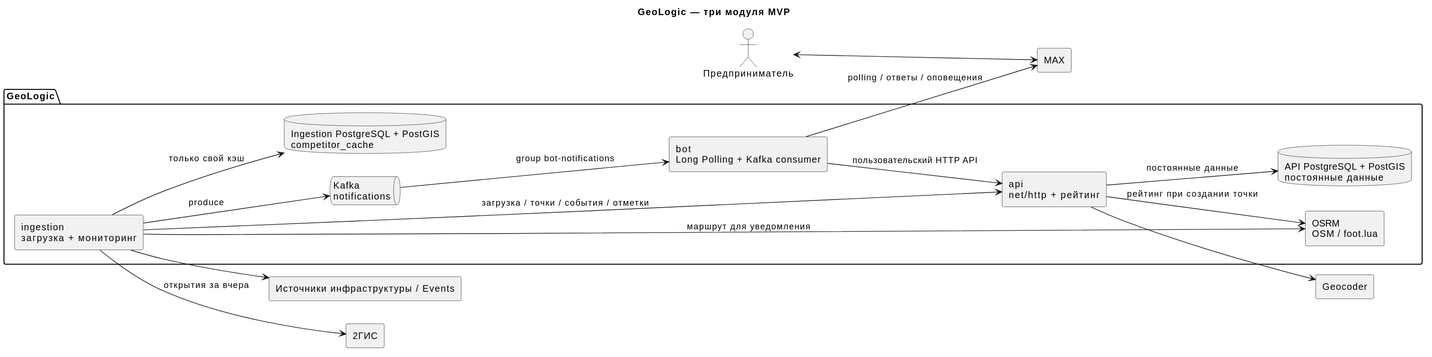
Before: docs/diagrams/rendered/c4-containers.svg, a diagram exported from PlantUML (kotafan1rich/GeoLogic-Monitor).
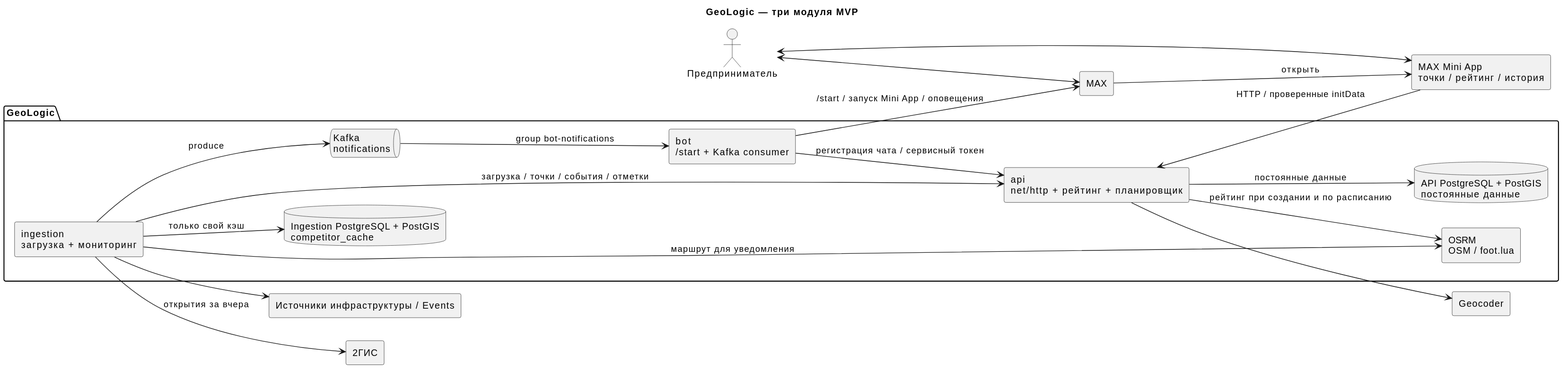
After the change.

What changed in the source:
```diff
@@ -5,9 +5,10 @@
 skinparam shadowing false
 actor "Предприниматель" as user
 rectangle "MAX" as max
+rectangle "MAX Mini App\nточки / рейтинг / история" as miniapp
 package "GeoLogic" {
- rectangle "bot\nLong Polling + Kafka consumer" as bot
- rectangle "api\nnet/http + рейтинг" as api
+ rectangle "bot\n/start + Kafka consumer" as bot
+ rectangle "api\nnet/http + рейтинг + планировщик" as api
  rectangle "ingestion\nзагрузка + мониторинг" as worker
  database "API PostgreSQL + PostGIS\nпостоянные данные" as apidb
  database "Ingestion PostgreSQL + PostGIS\ncompetitor_cache" as ingestiondb
@@ -18,12 +19,15 @@
 rectangle "Источники инфраструктуры / Events" as sources
 rectangle "2ГИС" as gis
 user <--> max
-bot --> max : polling / ответы / оповещения
-bot --> api : пользовательский HTTP API
+bot --> max : /start / запуск Mini App / оповещения
+user <--> miniapp
+max --> miniapp : открыть
+miniapp --> api : HTTP / проверенные initData
+bot --> api : регистрация чата / сервисный токен
 worker --> api : загрузка / точки / события / отметки
 api --> apidb : постоянные данные
 api --> geo
-api --> osrm : рейтинг при создании точки
+api --> osrm : рейтинг при создании и по расписанию
 worker --> ingestiondb : только свой кэш
 worker --> sources
 worker --> gis : открытия за вчера
```
